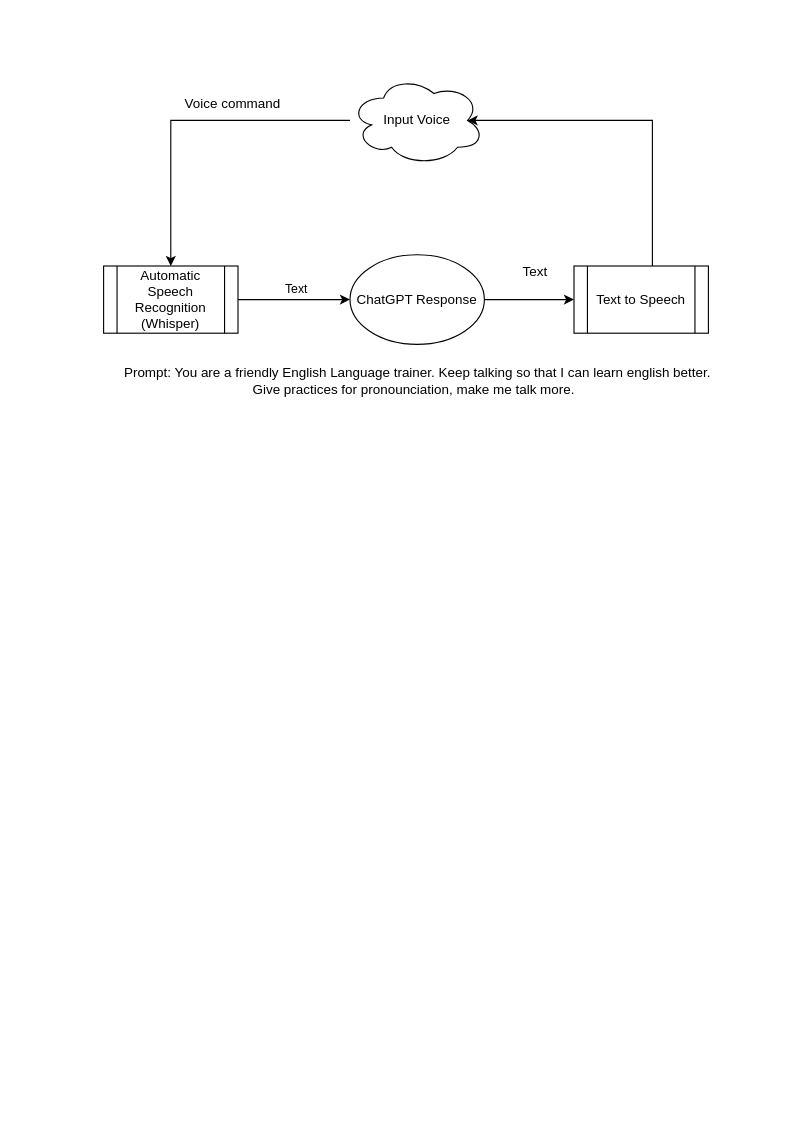
tinkvu/Speech2Speech keeps this draw.io diagram as whisper.drawio. Above is the earlier version. Source tidied: cells renumbered, new cells numbered last; positions are measured from the earlier drawing's top-left corner, leaving out a move shared by most shapes. Both pictures are drawn from the tidied source at 112%, with x=0, y=0 at pixel (103, 75).
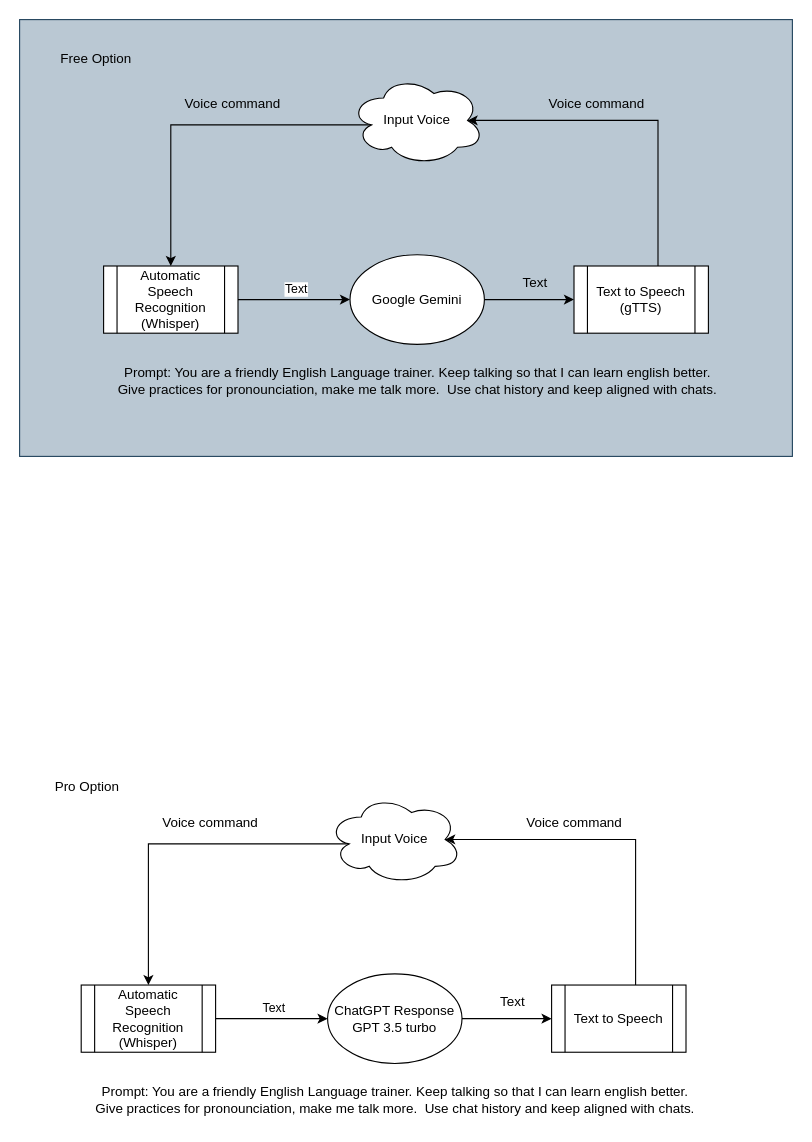
The same page after the edit.

Commit message:
Updated Free Option

The change refers to these unchanged cells:
```xml
<mxCell id="3" value="Input Voice" style="ellipse;shape=cloud;whiteSpace=wrap;html=1;" parent="1" vertex="1">
  <mxGeometry x="220" width="120" height="80" as="geometry" />
</mxCell>
<mxCell id="6" value="Automatic Speech Recognition&lt;div&gt;(Whisper)&lt;/div&gt;" style="shape=process;whiteSpace=wrap;html=1;backgroundOutline=1;" parent="1" vertex="1">
  <mxGeometry y="170" width="120" height="60" as="geometry" />
</mxCell>
```

What changed in the source:
```diff
@@
+    <mxCell id="14" style="rounded=0;whiteSpace=wrap;html=1;fillColor=#bac8d3;strokeColor=#23445d;" parent="1" vertex="1">
+      <mxGeometry x="-75" y="-50" width="690" height="390" as="geometry" />
+    </mxCell>
-    <mxCell id="2" style="edgeStyle=orthogonalEdgeStyle;rounded=0;jettySize=auto;html=1;" parent="1" edge="1" source="3" target="6">
+    <mxCell id="2" style="edgeStyle=orthogonalEdgeStyle;rounded=0;jettySize=auto;html=1;exitX=0.16;exitY=0.55;exitDx=0;exitDy=0;exitPerimeter=0;" parent="1" edge="1" source="3" target="6">
       <mxGeometry relative="1" as="geometry" />
     </mxCell>
@@
-    <mxCell id="8" value="ChatGPT Response" style="ellipse;whiteSpace=wrap;html=1;" parent="1" vertex="1">
+    <mxCell id="8" value="Google Gemini" style="ellipse;whiteSpace=wrap;html=1;" parent="1" vertex="1">
       <mxGeometry x="220" y="160" width="120" height="80" as="geometry" />
     </mxCell>
-    <mxCell id="9" value="Text to Speech" style="shape=process;whiteSpace=wrap;html=1;backgroundOutline=1;" parent="1" vertex="1">
+    <mxCell id="9" value="Text to Speech&lt;div&gt;(gTTS)&lt;/div&gt;" style="shape=process;whiteSpace=wrap;html=1;backgroundOutline=1;" parent="1" vertex="1">
       <mxGeometry x="420" y="170" width="120" height="60" as="geometry" />
     </mxCell>
-    <mxCell id="10" style="edgeStyle=orthogonalEdgeStyle;rounded=0;jettySize=auto;html=1;entryX=0.875;entryY=0.5;entryDx=0;entryDy=0;entryPerimeter=0;" parent="1" edge="1" source="9" target="3">
+    <mxCell id="10" style="edgeStyle=orthogonalEdgeStyle;rounded=0;jettySize=auto;html=1;entryX=0.875;entryY=0.5;entryDx=0;entryDy=0;entryPerimeter=0;" parent="1" edge="1" target="3">
       <mxGeometry relative="1" as="geometry">
+        <mxPoint x="495" y="170" as="sourcePoint" />
         <Array as="points">
-          <mxPoint x="490" y="40" />
+          <mxPoint x="495" y="40" />
         </Array>
       </mxGeometry>
     </mxCell>
-    <mxCell id="11" value="Prompt: You are a friendly English Language trainer. Keep talking so that I can learn english better.&lt;div&gt;Give practices for pronounciation, make me talk more.&amp;nbsp;&amp;nbsp;&lt;/div&gt;" style="text;html=1;align=center;verticalAlign=middle;strokeColor=none;fillColor=none;" parent="1" vertex="1">
-      <mxGeometry x="5" y="253" width="550" height="40" as="geometry" />
+    <mxCell id="11" value="Prompt: You are a friendly English Language trainer. Keep talking so that I can learn english better.&lt;div&gt;Give practices for pronounciation, make me talk more.&amp;nbsp; Use chat history and keep aligned with chats.&lt;/div&gt;" style="text;html=1;align=center;verticalAlign=middle;strokeColor=none;fillColor=none;" parent="1" vertex="1">
+      <mxGeometry y="253" width="560" height="40" as="geometry" />
     </mxCell>
@@
     <mxCell id="13" value="Text" style="text;html=1;align=center;verticalAlign=middle;strokeColor=none;fillColor=none;" parent="1" vertex="1">
-      <mxGeometry x="360" y="160" width="50" height="30" as="geometry" />
+      <mxGeometry x="360" y="170" width="50" height="30" as="geometry" />
     </mxCell>
+    <mxCell id="15" value="Voice command" style="text;html=1;align=center;verticalAlign=middle;strokeColor=none;fillColor=none;" parent="1" vertex="1">
+      <mxGeometry x="385" y="10" width="110" height="30" as="geometry" />
+    </mxCell>
+    <mxCell id="16" style="edgeStyle=orthogonalEdgeStyle;rounded=0;jettySize=auto;html=1;exitX=0.16;exitY=0.55;exitDx=0;exitDy=0;exitPerimeter=0;" parent="1" edge="1" source="17" target="20">
+      <mxGeometry relative="1" as="geometry" />
+    </mxCell>
+    <mxCell id="17" value="Input Voice" style="ellipse;shape=cloud;whiteSpace=wrap;html=1;" parent="1" vertex="1">
+      <mxGeometry x="200" y="642" width="120" height="80" as="geometry" />
+    </mxCell>
+    <mxCell id="18" style="edgeStyle=orthogonalEdgeStyle;rounded=0;jettySize=auto;html=1;" parent="1" edge="1" source="20" target="22">
+      <mxGeometry relative="1" as="geometry" />
+    </mxCell>
+    <mxCell id="19" value="Text" style="edgeLabel;html=1;align=center;verticalAlign=middle;" parent="18" vertex="1">
+      <mxGeometry x="0.02" y="10" relative="1" as="geometry" />
+    </mxCell>
+    <mxCell id="20" value="Automatic Speech Recognition&lt;div&gt;(Whisper)&lt;/div&gt;" style="shape=process;whiteSpace=wrap;html=1;backgroundOutline=1;" parent="1" vertex="1">
+      <mxGeometry x="-20" y="812" width="120" height="60" as="geometry" />
+    </mxCell>
+    <mxCell id="21" style="edgeStyle=orthogonalEdgeStyle;rounded=0;jettySize=auto;html=1;" parent="1" edge="1" source="22" target="23">
+      <mxGeometry relative="1" as="geometry" />
+    </mxCell>
+    <mxCell id="22" value="ChatGPT Response&lt;div&gt;GPT 3.5 turbo&lt;/div&gt;" style="ellipse;whiteSpace=wrap;html=1;" parent="1" vertex="1">
+      <mxGeometry x="200" y="802" width="120" height="80" as="geometry" />
+    </mxCell>
+    <mxCell id="23" value="Text to Speech" style="shape=process;whiteSpace=wrap;html=1;backgroundOutline=1;" parent="1" vertex="1">
+      <mxGeometry x="400" y="812" width="120" height="60" as="geometry" />
+    </mxCell>
+    <mxCell id="24" style="edgeStyle=orthogonalEdgeStyle;rounded=0;jettySize=auto;html=1;entryX=0.875;entryY=0.5;entryDx=0;entryDy=0;entryPerimeter=0;" parent="1" edge="1" target="17">
+      <mxGeometry relative="1" as="geometry">
+        <mxPoint x="475" y="812" as="sourcePoint" />
+        <Array as="points">
+          <mxPoint x="475" y="682" />
+        </Array>
+      </mxGeometry>
+    </mxCell>
+    <mxCell id="25" value="Prompt: You are a friendly English Language trainer. Keep talking so that I can learn english better.&lt;div&gt;Give practices for pronounciation, make me talk more.&amp;nbsp; Use chat history and keep aligned with chats.&lt;/div&gt;" style="text;html=1;align=center;verticalAlign=middle;strokeColor=none;fillColor=none;" parent="1" vertex="1">
+      <mxGeometry x="-20" y="895" width="560" height="40" as="geometry" />
+    </mxCell>
+    <mxCell id="26" value="Voice command" style="text;html=1;align=center;verticalAlign=middle;strokeColor=none;fillColor=none;" parent="1" vertex="1">
+      <mxGeometry x="40" y="652" width="110" height="30" as="geometry" />
+    </mxCell>
+    <mxCell id="27" value="Text" style="text;html=1;align=center;verticalAlign=middle;strokeColor=none;fillColor=none;" parent="1" vertex="1">
+      <mxGeometry x="340" y="812" width="50" height="30" as="geometry" />
+    </mxCell>
+    <mxCell id="28" value="Voice command" style="text;html=1;align=center;verticalAlign=middle;strokeColor=none;fillColor=none;" parent="1" vertex="1">
+      <mxGeometry x="365" y="652" width="110" height="30" as="geometry" />
+    </mxCell>
+    <mxCell id="29" value="Free Option" style="text;html=1;align=center;verticalAlign=middle;strokeColor=none;fillColor=none;" parent="1" vertex="1">
+      <mxGeometry x="-55" y="-30" width="95" height="30" as="geometry" />
+    </mxCell>
+    <mxCell id="30" value="Pro Option" style="text;html=1;align=center;verticalAlign=middle;strokeColor=none;fillColor=none;" parent="1" vertex="1">
+      <mxGeometry x="-55" y="620" width="80" height="30" as="geometry" />
+    </mxCell>
```
